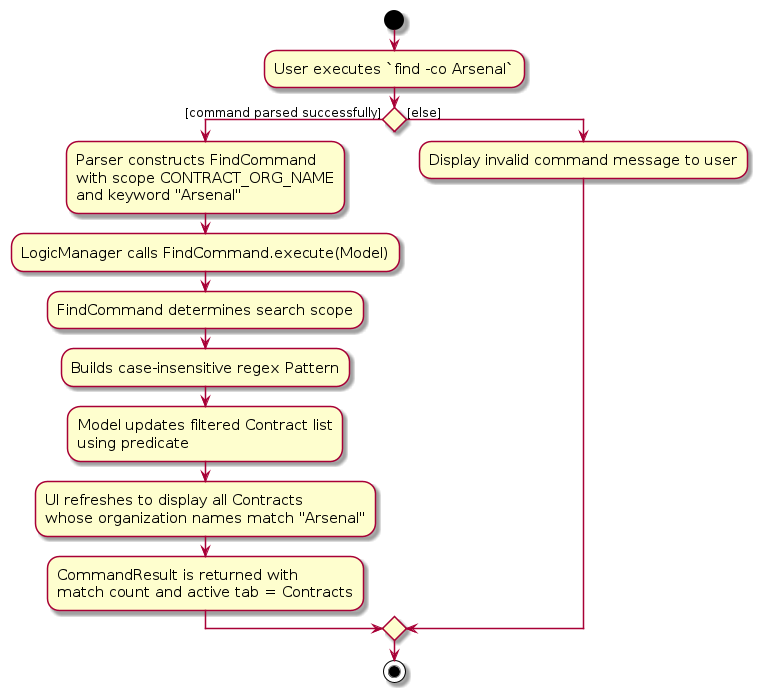
AY2526S1-CS2103T-F13-3/tp keeps this PlantUML diagram as diagrams/FindActivityDiagram.png. Above is the earlier version. Its source is kept beside it as diagrams/FindActivityDiagram.puml.
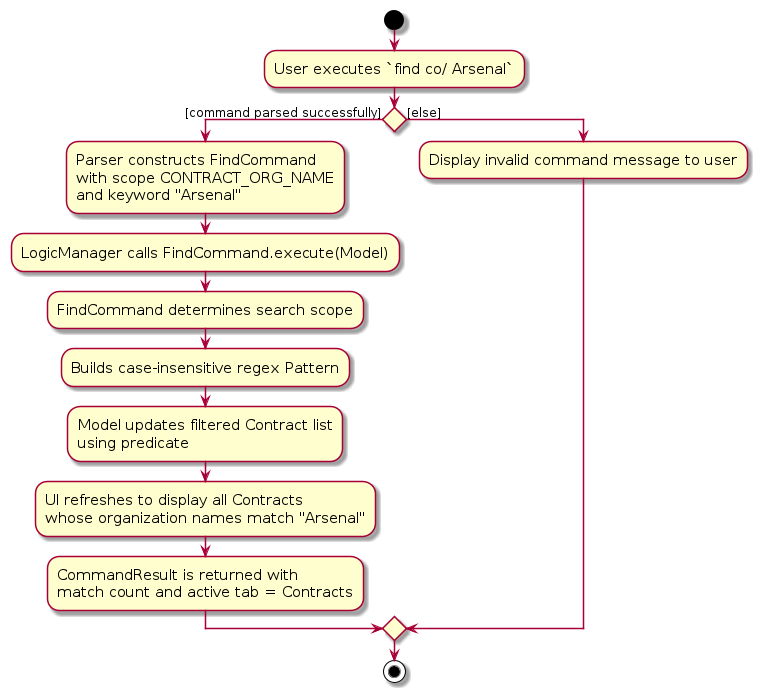
The same file after the commit.

Change to the diagram source:
```diff
@@ -4,7 +4,7 @@
 skinparam ArrowFontSize 12
 
 start
-:User executes `find -co Arsenal`;
+:User executes `find co/ Arsenal`;
 
 if () then ([command parsed successfully])
     :Parser constructs FindCommand
```
